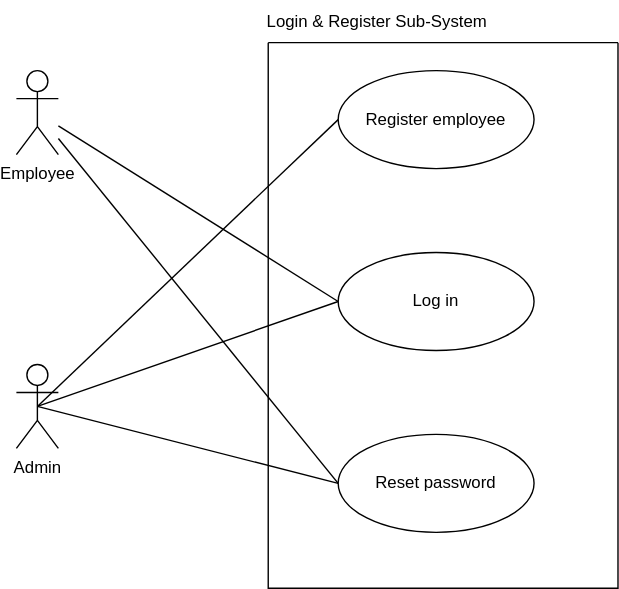
Before: Login Register.svg, a diagram exported from draw.io (Simamkele88/IFM3_GP). Source tidied: cells renumbered, new cells last; positions are measured from the earlier drawing's top-left corner, leaving out a move shared by most shapes.
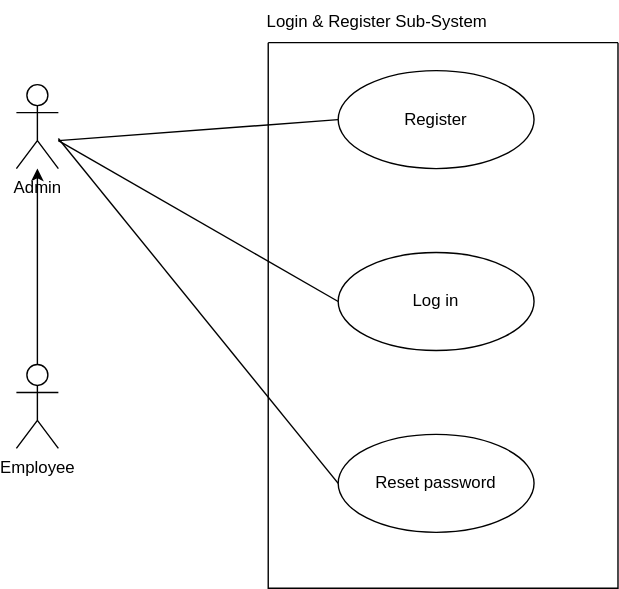
Later version of the same file.

What changed in the source:
```diff
@@ -2,10 +2,10 @@
   <root>
     <mxCell id="0" />
     <mxCell id="1" parent="0" />
-    <mxCell id="2" value="Employee" style="shape=umlActor;verticalLabelPosition=bottom;verticalAlign=top;html=1;outlineConnect=0;" parent="1" vertex="1">
-      <mxGeometry y="50" width="30" height="60" as="geometry" />
-    </mxCell>
+    <mxCell id="14" style="edgeStyle=orthogonalEdgeStyle;rounded=0;jettySize=auto;html=1;" parent="1" edge="1" source="3" target="15">
+      <mxGeometry relative="1" as="geometry" />
+    </mxCell>
-    <mxCell id="3" value="Admin" style="shape=umlActor;verticalLabelPosition=bottom;verticalAlign=top;html=1;outlineConnect=0;" parent="1" vertex="1">
+    <mxCell id="3" value="Employee" style="shape=umlActor;verticalLabelPosition=bottom;verticalAlign=top;html=1;outlineConnect=0;" parent="1" vertex="1">
       <mxGeometry y="260" width="30" height="60" as="geometry" />
     </mxCell>
     <mxCell id="4" style="swimlane;startSize=0;" parent="1" vertex="1">
@@ -14,29 +14,32 @@
     <mxCell id="5" value="Log in" style="ellipse;whiteSpace=wrap;html=1;strokeColor=default;align=center;verticalAlign=middle;fontFamily=Helvetica;fontSize=12;fontColor=default;fillColor=default;" parent="4" vertex="1">
       <mxGeometry x="50" y="150" width="140" height="70" as="geometry" />
     </mxCell>
-    <mxCell id="6" value="Register employee" style="ellipse;whiteSpace=wrap;html=1;" parent="4" vertex="1">
+    <mxCell id="6" value="Register" style="ellipse;whiteSpace=wrap;html=1;" parent="4" vertex="1">
       <mxGeometry x="50" y="20" width="140" height="70" as="geometry" />
     </mxCell>
     <mxCell id="7" value="Reset password" style="ellipse;whiteSpace=wrap;html=1;strokeColor=default;align=center;verticalAlign=middle;fontFamily=Helvetica;fontSize=12;fontColor=default;fillColor=default;" parent="4" vertex="1">
       <mxGeometry x="50" y="280" width="140" height="70" as="geometry" />
     </mxCell>
-    <mxCell id="8" style="endArrow=none;html=1;rounded=0;entryX=0;entryY=0.5;entryDx=0;entryDy=0;exitX=0.5;exitY=0.5;exitDx=0;exitDy=0;exitPerimeter=0;" parent="1" edge="1" source="3" target="5">
-      <mxGeometry relative="1" as="geometry" />
-    </mxCell>
-    <mxCell id="9" style="endArrow=none;html=1;rounded=0;entryX=0;entryY=0.5;entryDx=0;entryDy=0;" parent="1" edge="1" source="2" target="5">
-      <mxGeometry relative="1" as="geometry" />
+    <mxCell id="9" style="endArrow=none;html=1;rounded=0;entryX=0;entryY=0.5;entryDx=0;entryDy=0;" parent="1" edge="1" target="5">
+      <mxGeometry relative="1" as="geometry">
+        <mxPoint x="30" y="100" as="sourcePoint" />
+      </mxGeometry>
     </mxCell>
     <mxCell id="10" value="Login &amp;amp; Register Sub-System" style="text;html=1;align=center;verticalAlign=middle;whiteSpace=wrap;rounded=0;" parent="1" vertex="1">
       <mxGeometry x="170" width="176" height="30" as="geometry" />
     </mxCell>
-    <mxCell id="11" style="endArrow=none;html=1;rounded=0;entryX=0;entryY=0.5;entryDx=0;entryDy=0;exitX=0.5;exitY=0.5;exitDx=0;exitDy=0;exitPerimeter=0;" parent="1" edge="1" source="3" target="7">
-      <mxGeometry relative="1" as="geometry" />
-    </mxCell>
-    <mxCell id="12" style="endArrow=none;html=1;rounded=0;entryX=0;entryY=0.5;entryDx=0;entryDy=0;" parent="1" edge="1" source="2" target="7">
-      <mxGeometry relative="1" as="geometry" />
+    <mxCell id="12" style="endArrow=none;html=1;rounded=0;entryX=0;entryY=0.5;entryDx=0;entryDy=0;" parent="1" edge="1" target="7">
+      <mxGeometry relative="1" as="geometry">
+        <mxPoint x="30" y="98.5" as="sourcePoint" />
+      </mxGeometry>
     </mxCell>
-    <mxCell id="13" style="endArrow=none;html=1;rounded=0;entryX=0;entryY=0.5;entryDx=0;entryDy=0;exitX=0.5;exitY=0.5;exitDx=0;exitDy=0;exitPerimeter=0;" parent="1" edge="1" source="3" target="6">
-      <mxGeometry relative="1" as="geometry" />
+    <mxCell id="13" style="endArrow=none;html=1;rounded=0;entryX=0;entryY=0.5;entryDx=0;entryDy=0;" parent="1" edge="1" target="6">
+      <mxGeometry relative="1" as="geometry">
+        <mxPoint x="30" y="100" as="sourcePoint" />
+      </mxGeometry>
     </mxCell>
+    <mxCell id="15" value="Admin" style="shape=umlActor;verticalLabelPosition=bottom;verticalAlign=top;html=1;outlineConnect=0;" parent="1" vertex="1">
+      <mxGeometry y="60" width="30" height="60" as="geometry" />
+    </mxCell>
   </root>
 </mxGraphModel>
```
